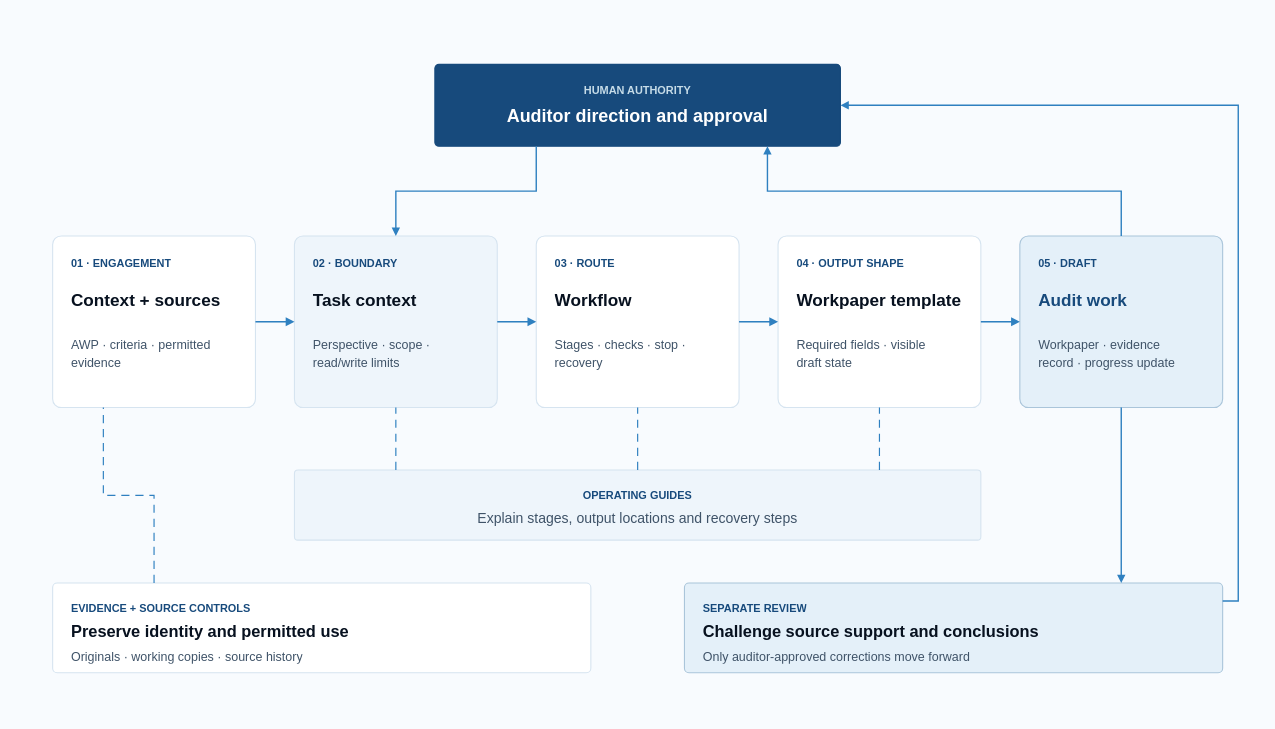
busera/busera.github.io keeps this draw.io diagram as aeos/assets/source/aeos-core-component-interactions.drawio. Above is the earlier version. Source tidied: cells renumbered, new cells numbered last; positions are measured from the earlier drawing's top-left corner, leaving out a move shared by most shapes. Both pictures are drawn from the tidied source at 78%, with x=0, y=0 at pixel (13, 13).
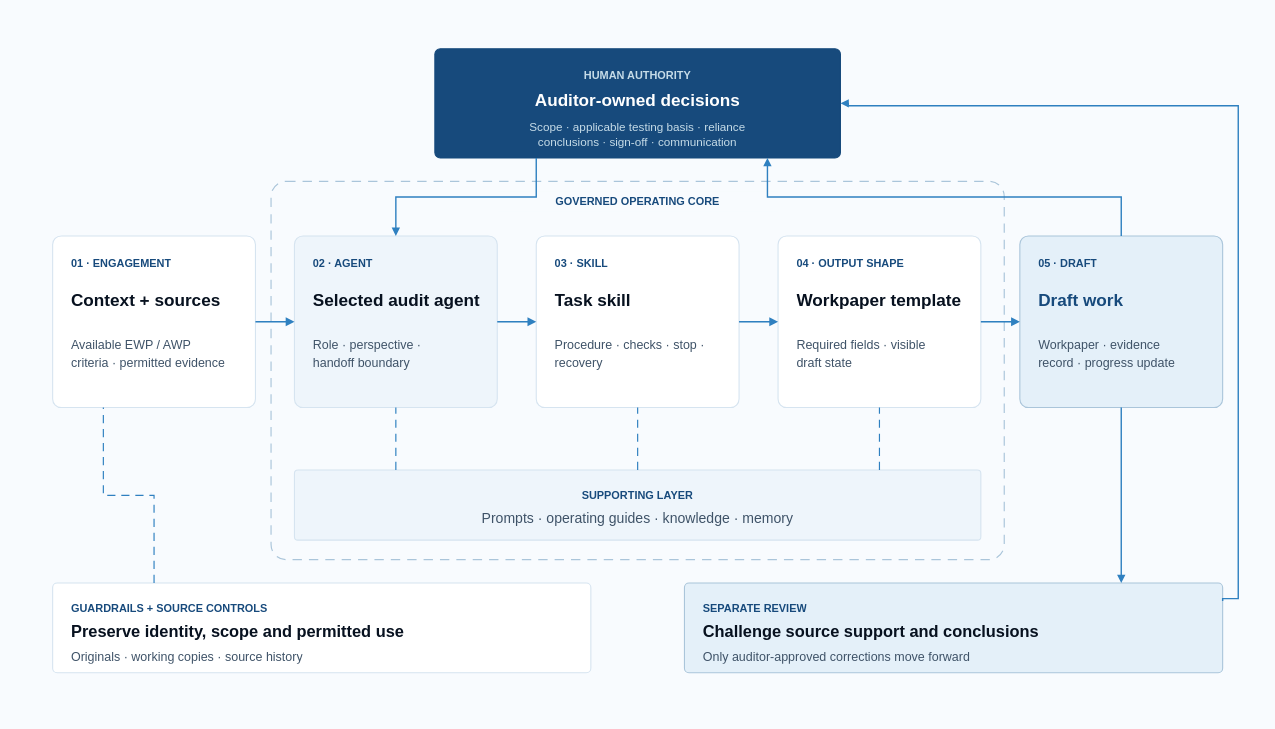
The same diagram, later.

What changed in the source:
```diff
@@
+    <mxCell id="49" style="rounded=1;arcSize=4;whiteSpace=wrap;html=1;fillColor=none;strokeColor=#AAC5DA;strokeWidth=1.5;dashed=1;dashPattern=8 6;shadow=0;" parent="1" vertex="1">
+      <mxGeometry x="330" y="215" width="940" height="485" as="geometry" />
+    </mxCell>
+    <mxCell id="50" value="GOVERNED OPERATING CORE" style="text;html=1;whiteSpace=wrap;overflow=hidden;strokeColor=none;fillColor=#F8FBFE;spacing=0;spacingTop=0;spacingBottom=0;spacingLeft=8;spacingRight=8;align=center;verticalAlign=middle;fontFamily=Helvetica;fontColor=#174A7C;fontSize=14;fontStyle=1;" parent="1" vertex="1">
+      <mxGeometry x="620" y="228" width="360" height="26" as="geometry" />
+    </mxCell>
     <mxCell id="3" style="rounded=1;arcSize=5;whiteSpace=wrap;html=1;fillColor=#174A7C;strokeColor=#174A7C;strokeWidth=1.4;shadow=0;" parent="1" vertex="1">
-      <mxGeometry x="540" y="65" width="520" height="105" as="geometry" />
+      <mxGeometry x="540" y="45" width="520" height="140" as="geometry" />
     </mxCell>
     <mxCell id="4" value="HUMAN AUTHORITY" style="text;html=1;whiteSpace=wrap;overflow=hidden;strokeColor=none;fillColor=none;spacing=0;spacingTop=0;spacingBottom=0;spacingLeft=0;spacingRight=0;align=center;verticalAlign=top;fontFamily=Helvetica;fontColor=#C6DCE8;fontSize=14;fontStyle=1;" parent="1" vertex="1">
-      <mxGeometry x="564" y="86" width="472" height="20" as="geometry" />
+      <mxGeometry x="564" y="66" width="472" height="20" as="geometry" />
     </mxCell>
-    <mxCell id="5" value="Auditor direction and approval" style="text;html=1;whiteSpace=wrap;overflow=hidden;strokeColor=none;fillColor=none;spacing=0;spacingTop=0;spacingBottom=0;spacingLeft=0;spacingRight=0;align=center;verticalAlign=top;fontFamily=Helvetica;fontColor=#FFFFFF;fontSize=23;fontStyle=1;" parent="1" vertex="1">
-      <mxGeometry x="564" y="113" width="472" height="32" as="geometry" />
+    <mxCell id="5" value="Auditor-owned decisions" style="text;html=1;whiteSpace=wrap;overflow=hidden;strokeColor=none;fillColor=none;spacing=0;spacingTop=0;spacingBottom=0;spacingLeft=0;spacingRight=0;align=center;verticalAlign=top;fontFamily=Helvetica;fontColor=#FFFFFF;fontSize=22;fontStyle=1;" parent="1" vertex="1">
+      <mxGeometry x="564" y="94" width="472" height="30" as="geometry" />
     </mxCell>
+    <mxCell id="51" value="&lt;div style=&quot;line-height:1.25;&quot;&gt;Scope · applicable testing basis · reliance&lt;br&gt;conclusions · sign-off · communication&lt;/div&gt;" style="text;html=1;whiteSpace=wrap;overflow=hidden;strokeColor=none;fillColor=none;spacing=0;spacingTop=0;spacingBottom=0;spacingLeft=0;spacingRight=0;align=center;verticalAlign=top;fontFamily=Helvetica;fontColor=#C6DCE8;fontSize=15;fontStyle=0;" parent="1" vertex="1">
+      <mxGeometry x="564" y="132" width="472" height="40" as="geometry" />
+    </mxCell>
@@
-    <mxCell id="9" value="&lt;div style=&quot;line-height:1.35;&quot;&gt;AWP · criteria · permitted&lt;br&gt;evidence&lt;/div&gt;" style="text;html=1;whiteSpace=wrap;overflow=hidden;strokeColor=none;fillColor=none;spacing=0;spacingTop=0;spacingBottom=0;spacingLeft=0;spacingRight=0;align=left;verticalAlign=top;fontFamily=Helvetica;fontColor=#3F5368;fontSize=16;fontStyle=0;" parent="1" vertex="1">
-      <mxGeometry x="74" y="410" width="212" height="56" as="geometry" />
+    <mxCell id="9" value="&lt;div style=&quot;line-height:1.35;&quot;&gt;Available EWP / AWP&lt;br&gt;criteria · permitted evidence&lt;/div&gt;" style="text;html=1;whiteSpace=wrap;overflow=hidden;strokeColor=none;fillColor=none;spacing=0;spacingTop=0;spacingBottom=0;spacingLeft=0;spacingRight=0;align=left;verticalAlign=top;fontFamily=Helvetica;fontColor=#3F5368;fontSize=16;fontStyle=0;" parent="1" vertex="1">
+      <mxGeometry x="74" y="410" width="212" height="70" as="geometry" />
     </mxCell>
@@
-    <mxCell id="11" value="02 · BOUNDARY" style="text;html=1;whiteSpace=wrap;overflow=hidden;strokeColor=none;fillColor=none;spacing=0;spacingTop=0;spacingBottom=0;spacingLeft=0;spacingRight=0;align=left;verticalAlign=top;fontFamily=Helvetica;fontColor=#174A7C;fontSize=14;fontStyle=1;" parent="1" vertex="1">
+    <mxCell id="11" value="02 · AGENT" style="text;html=1;whiteSpace=wrap;overflow=hidden;strokeColor=none;fillColor=none;spacing=0;spacingTop=0;spacingBottom=0;spacingLeft=0;spacingRight=0;align=left;verticalAlign=top;fontFamily=Helvetica;fontColor=#174A7C;fontSize=14;fontStyle=1;" parent="1" vertex="1">
       <mxGeometry x="384" y="307" width="212" height="22" as="geometry" />
     </mxCell>
-    <mxCell id="12" value="Task context" style="text;html=1;whiteSpace=wrap;overflow=hidden;strokeColor=none;fillColor=none;spacing=0;spacingTop=0;spacingBottom=0;spacingLeft=0;spacingRight=0;align=left;verticalAlign=top;fontFamily=Helvetica;fontColor=#07111F;fontSize=22;fontStyle=1;" parent="1" vertex="1">
+    <mxCell id="12" value="Selected audit agent" style="text;html=1;whiteSpace=wrap;overflow=hidden;strokeColor=none;fillColor=none;spacing=0;spacingTop=0;spacingBottom=0;spacingLeft=0;spacingRight=0;align=left;verticalAlign=top;fontFamily=Helvetica;fontColor=#07111F;fontSize=22;fontStyle=1;" parent="1" vertex="1">
       <mxGeometry x="384" y="350" width="212" height="40" as="geometry" />
     </mxCell>
-    <mxCell id="13" value="&lt;div style=&quot;line-height:1.35;&quot;&gt;Perspective · scope ·&lt;br&gt;read/write limits&lt;/div&gt;" style="text;html=1;whiteSpace=wrap;overflow=hidden;strokeColor=none;fillColor=none;spacing=0;spacingTop=0;spacingBottom=0;spacingLeft=0;spacingRight=0;align=left;verticalAlign=top;fontFamily=Helvetica;fontColor=#3F5368;fontSize=16;fontStyle=0;" parent="1" vertex="1">
+    <mxCell id="13" value="&lt;div style=&quot;line-height:1.35;&quot;&gt;Role · perspective ·&lt;br&gt;handoff boundary&lt;/div&gt;" style="text;html=1;whiteSpace=wrap;overflow=hidden;strokeColor=none;fillColor=none;spacing=0;spacingTop=0;spacingBottom=0;spacingLeft=0;spacingRight=0;align=left;verticalAlign=top;fontFamily=Helvetica;fontColor=#3F5368;fontSize=16;fontStyle=0;" parent="1" vertex="1">
       <mxGeometry x="384" y="410" width="212" height="56" as="geometry" />
     </mxCell>
@@
-    <mxCell id="15" value="03 · ROUTE" style="text;html=1;whiteSpace=wrap;overflow=hidden;strokeColor=none;fillColor=none;spacing=0;spacingTop=0;spacingBottom=0;spacingLeft=0;spacingRight=0;align=left;verticalAlign=top;fontFamily=Helvetica;fontColor=#174A7C;fontSize=14;fontStyle=1;" parent="1" vertex="1">
+    <mxCell id="15" value="03 · SKILL" style="text;html=1;whiteSpace=wrap;overflow=hidden;strokeColor=none;fillColor=none;spacing=0;spacingTop=0;spacingBottom=0;spacingLeft=0;spacingRight=0;align=left;verticalAlign=top;fontFamily=Helvetica;fontColor=#174A7C;fontSize=14;fontStyle=1;" parent="1" vertex="1">
       <mxGeometry x="694" y="307" width="212" height="22" as="geometry" />
     </mxCell>
-    <mxCell id="16" value="Workflow" style="text;html=1;whiteSpace=wrap;overflow=hidden;strokeColor=none;fillColor=none;spacing=0;spacingTop=0;spacingBottom=0;spacingLeft=0;spacingRight=0;align=left;verticalAlign=top;fontFamily=Helvetica;fontColor=#07111F;fontSize=22;fontStyle=1;" parent="1" vertex="1">
+    <mxCell id="16" value="Task skill" style="text;html=1;whiteSpace=wrap;overflow=hidden;strokeColor=none;fillColor=none;spacing=0;spacingTop=0;spacingBottom=0;spacingLeft=0;spacingRight=0;align=left;verticalAlign=top;fontFamily=Helvetica;fontColor=#07111F;fontSize=22;fontStyle=1;" parent="1" vertex="1">
       <mxGeometry x="694" y="350" width="212" height="40" as="geometry" />
     </mxCell>
-    <mxCell id="17" value="&lt;div style=&quot;line-height:1.35;&quot;&gt;Stages · checks · stop ·&lt;br&gt;recovery&lt;/div&gt;" style="text;html=1;whiteSpace=wrap;overflow=hidden;strokeColor=none;fillColor=none;spacing=0;spacingTop=0;spacingBottom=0;spacingLeft=0;spacingRight=0;align=left;verticalAlign=top;fontFamily=Helvetica;fontColor=#3F5368;fontSize=16;fontStyle=0;" parent="1" vertex="1">
+    <mxCell id="17" value="&lt;div style=&quot;line-height:1.35;&quot;&gt;Procedure · checks · stop ·&lt;br&gt;recovery&lt;/div&gt;" style="text;html=1;whiteSpace=wrap;overflow=hidden;strokeColor=none;fillColor=none;spacing=0;spacingTop=0;spacingBottom=0;spacingLeft=0;spacingRight=0;align=left;verticalAlign=top;fontFamily=Helvetica;fontColor=#3F5368;fontSize=16;fontStyle=0;" parent="1" vertex="1">
       <mxGeometry x="694" y="410" width="212" height="56" as="geometry" />
     </mxCell>
@@
-    <mxCell id="24" value="Audit work" style="text;html=1;whiteSpace=wrap;overflow=hidden;strokeColor=none;fillColor=none;spacing=0;spacingTop=0;spacingBottom=0;spacingLeft=0;spacingRight=0;align=left;verticalAlign=top;fontFamily=Helvetica;fontColor=#174A7C;fontSize=22;fontStyle=1;" parent="1" vertex="1">
+    <mxCell id="24" value="Draft work" style="text;html=1;whiteSpace=wrap;overflow=hidden;strokeColor=none;fillColor=none;spacing=0;spacingTop=0;spacingBottom=0;spacingLeft=0;spacingRight=0;align=left;verticalAlign=top;fontFamily=Helvetica;fontColor=#174A7C;fontSize=22;fontStyle=1;" parent="1" vertex="1">
       <mxGeometry x="1314" y="350" width="212" height="40" as="geometry" />
     </mxCell>
@@
-    <mxCell id="33" value="OPERATING GUIDES" style="text;html=1;whiteSpace=wrap;overflow=hidden;strokeColor=none;fillColor=none;spacing=0;spacingTop=0;spacingBottom=0;spacingLeft=0;spacingRight=0;align=center;verticalAlign=top;fontFamily=Helvetica;fontColor=#174A7C;fontSize=14;fontStyle=1;" parent="1" vertex="1">
+    <mxCell id="33" value="SUPPORTING LAYER" style="text;html=1;whiteSpace=wrap;overflow=hidden;strokeColor=none;fillColor=none;spacing=0;spacingTop=0;spacingBottom=0;spacingLeft=0;spacingRight=0;align=center;verticalAlign=top;fontFamily=Helvetica;fontColor=#174A7C;fontSize=14;fontStyle=1;" parent="1" vertex="1">
       <mxGeometry x="384" y="605" width="832" height="20" as="geometry" />
     </mxCell>
-    <mxCell id="34" value="Explain stages, output locations and recovery steps" style="text;html=1;whiteSpace=wrap;overflow=hidden;strokeColor=none;fillColor=none;spacing=0;spacingTop=0;spacingBottom=0;spacingLeft=0;spacingRight=0;align=center;verticalAlign=top;fontFamily=Helvetica;fontColor=#3F5368;fontSize=18;fontStyle=0;" parent="1" vertex="1">
+    <mxCell id="34" value="Prompts · operating guides · knowledge · memory" style="text;html=1;whiteSpace=wrap;overflow=hidden;strokeColor=none;fillColor=none;spacing=0;spacingTop=0;spacingBottom=0;spacingLeft=0;spacingRight=0;align=center;verticalAlign=top;fontFamily=Helvetica;fontColor=#3F5368;fontSize=18;fontStyle=0;" parent="1" vertex="1">
       <mxGeometry x="384" y="632" width="832" height="27" as="geometry" />
     </mxCell>
@@
-    <mxCell id="39" value="EVIDENCE + SOURCE CONTROLS" style="text;html=1;whiteSpace=wrap;overflow=hidden;strokeColor=none;fillColor=none;spacing=0;spacingTop=0;spacingBottom=0;spacingLeft=0;spacingRight=0;align=left;verticalAlign=top;fontFamily=Helvetica;fontColor=#174A7C;fontSize=14;fontStyle=1;" parent="1" vertex="1">
+    <mxCell id="39" value="GUARDRAILS + SOURCE CONTROLS" style="text;html=1;whiteSpace=wrap;overflow=hidden;strokeColor=none;fillColor=none;spacing=0;spacingTop=0;spacingBottom=0;spacingLeft=0;spacingRight=0;align=left;verticalAlign=top;fontFamily=Helvetica;fontColor=#174A7C;fontSize=14;fontStyle=1;" parent="1" vertex="1">
       <mxGeometry x="74" y="750" width="642" height="20" as="geometry" />
     </mxCell>
-    <mxCell id="40" value="Preserve identity and permitted use" style="text;html=1;whiteSpace=wrap;overflow=hidden;strokeColor=none;fillColor=none;spacing=0;spacingTop=0;spacingBottom=0;spacingLeft=0;spacingRight=0;align=left;verticalAlign=top;fontFamily=Helvetica;fontColor=#07111F;fontSize=21;fontStyle=1;" parent="1" vertex="1">
+    <mxCell id="40" value="Preserve identity, scope and permitted use" style="text;html=1;whiteSpace=wrap;overflow=hidden;strokeColor=none;fillColor=none;spacing=0;spacingTop=0;spacingBottom=0;spacingLeft=0;spacingRight=0;align=left;verticalAlign=top;fontFamily=Helvetica;fontColor=#07111F;fontSize=21;fontStyle=1;" parent="1" vertex="1">
       <mxGeometry x="74" y="775" width="642" height="28" as="geometry" />
     </mxCell>
```
